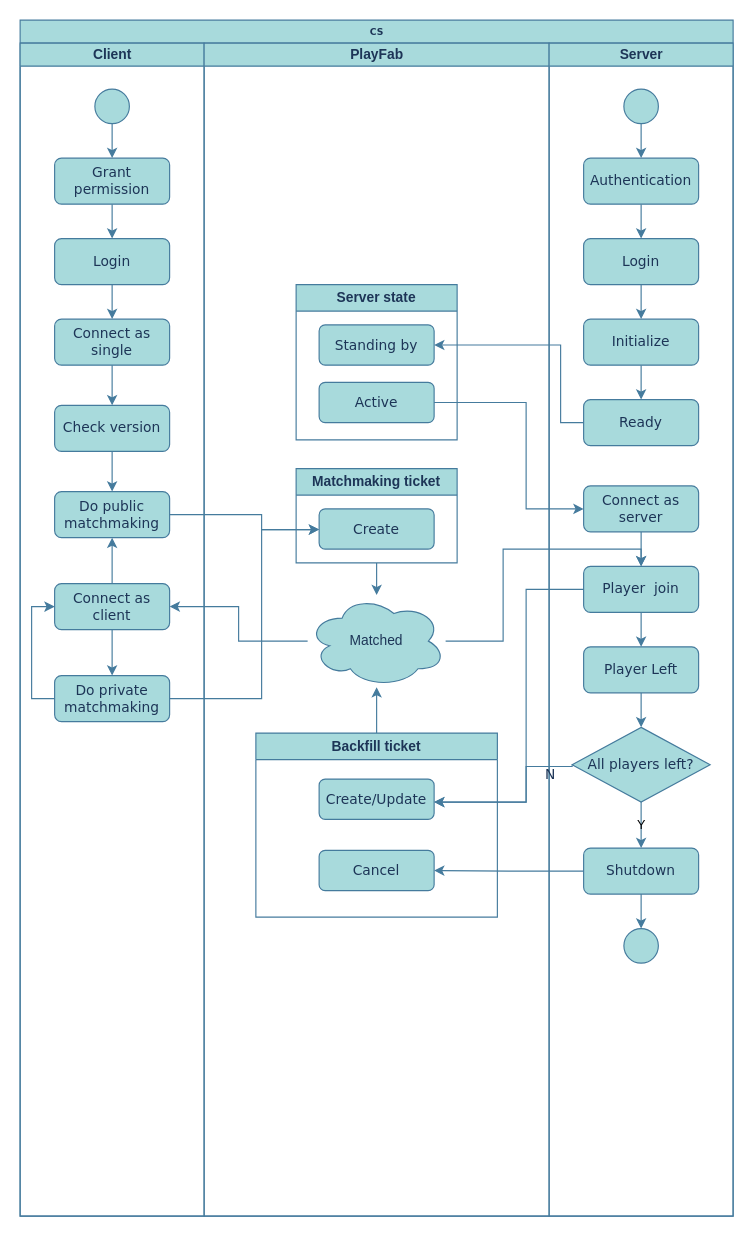
Earlier version of the draw.io diagram PlayFabClientServer.drawio (SylarLi/Clutter). Source tidied: cells renumbered, new cells numbered last; positions are measured from the earlier drawing's top-left corner, leaving out a move shared by most shapes. Both pictures are drawn from the tidied source at 115%, with x=0, y=0 at pixel (20, 20).
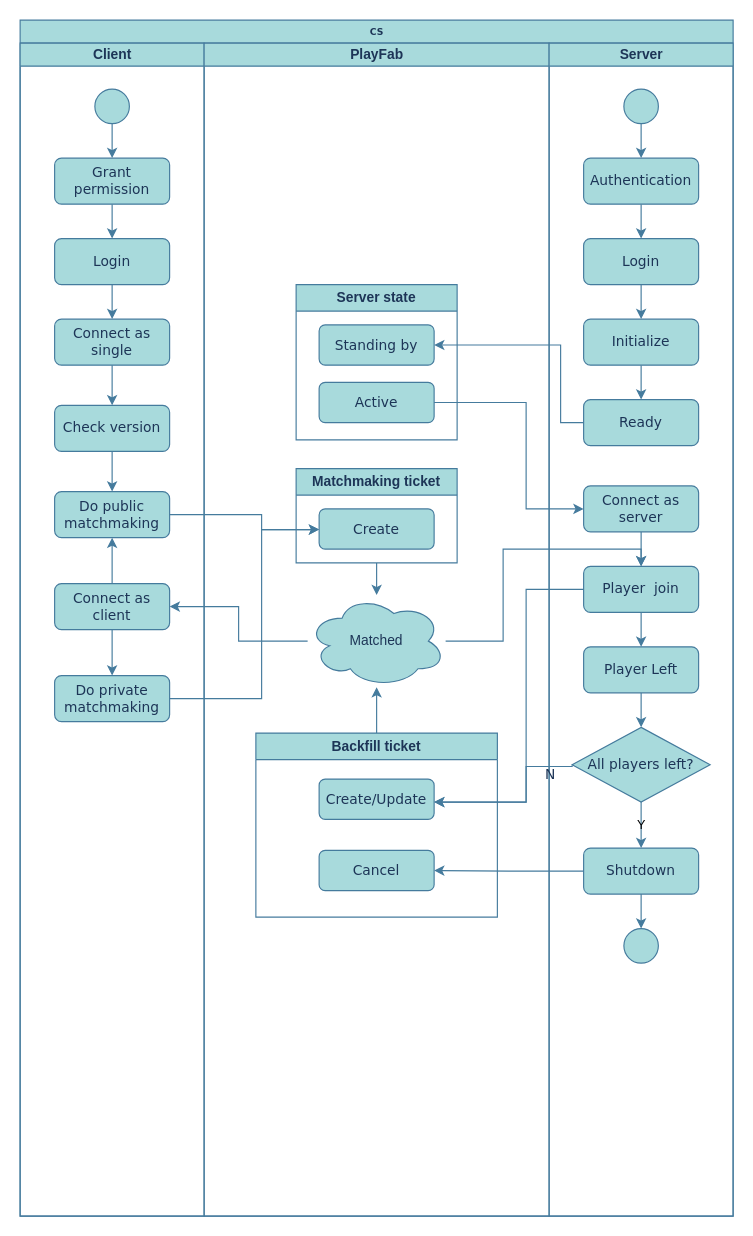
After the change.

Unchanged cells that the change refers to:
```xml
<mxCell id="4" value="Client" style="swimlane;html=1;startSize=20;labelBackgroundColor=none;fillColor=#A8DADC;strokeColor=#457B9D;fontColor=#1D3557;" parent="2" vertex="1">
  <mxGeometry y="20" width="160" height="1020" as="geometry" />
</mxCell>
<mxCell id="18" value="Connect as client" style="rounded=1;whiteSpace=wrap;html=1;shadow=0;labelBackgroundColor=none;strokeWidth=1;fontFamily=Verdana;fontSize=12;align=center;fillColor=#A8DADC;strokeColor=#457B9D;fontColor=#1D3557;" parent="4" vertex="1">
  <mxGeometry x="30" y="470" width="100" height="40" as="geometry" />
</mxCell>
<mxCell id="20" value="Do private matchmaking" style="rounded=1;whiteSpace=wrap;html=1;shadow=0;labelBackgroundColor=none;strokeWidth=1;fontFamily=Verdana;fontSize=12;align=center;fillColor=#A8DADC;strokeColor=#457B9D;fontColor=#1D3557;" parent="4" vertex="1">
  <mxGeometry x="30" y="550" width="100" height="40" as="geometry" />
</mxCell>
```

Change to the diagram source:
```diff
@@
-    <mxCell id="19" style="edgeStyle=orthogonalEdgeStyle;rounded=0;jettySize=auto;html=1;exitX=0;exitY=0.5;exitDx=0;exitDy=0;entryX=0;entryY=0.5;entryDx=0;entryDy=0;labelBackgroundColor=none;strokeColor=#457B9D;fontColor=default;" parent="4" edge="1" source="20" target="18">
-      <mxGeometry relative="1" as="geometry" />
-    </mxCell>
```
